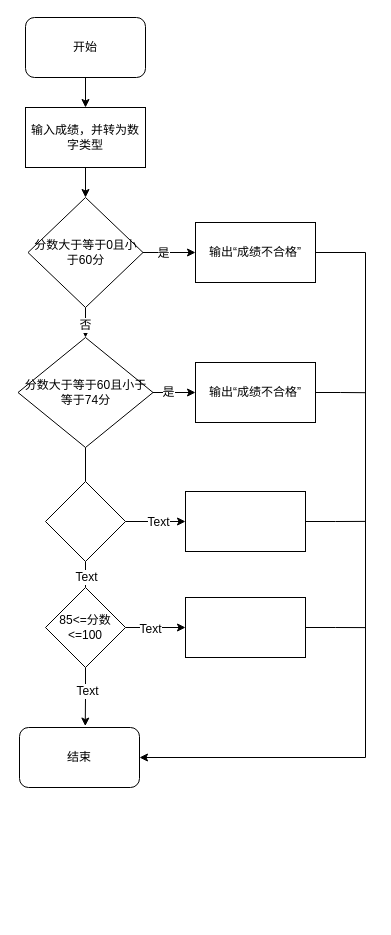
westonZhang/draws keeps this draw.io diagram as python-判断.drawio. Above is the earlier version. Source tidied: cells renumbered, new cells numbered last; positions are measured from the earlier drawing's top-left corner, leaving out a move shared by most shapes. Both pictures are drawn from the tidied source at 100%, with x=0, y=0 at pixel (17, 17).
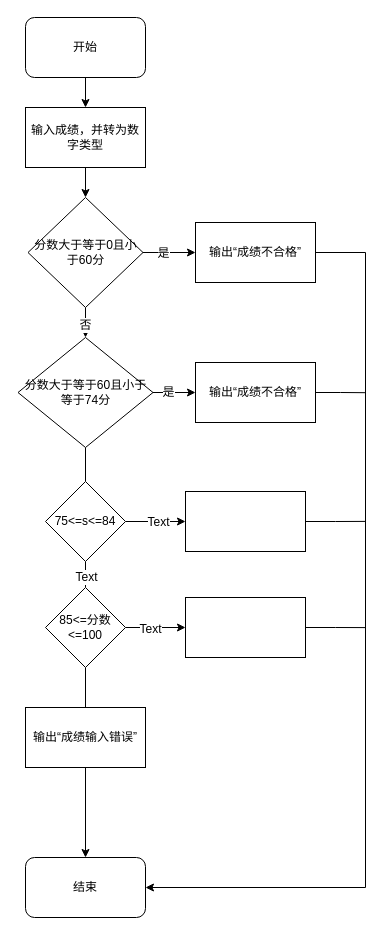
After the change.

The change refers to these unchanged cells:
```xml
<mxCell id="13" value="输出“成绩不合格”" style="whiteSpace=wrap;html=1;rounded=0;shadow=0;glass=0;sketch=0;" parent="1" vertex="1">
  <mxGeometry x="178" y="205" width="120" height="60" as="geometry" />
</mxCell>
<mxCell id="29" value="85&amp;lt;=分数&amp;lt;=100" style="rhombus;whiteSpace=wrap;html=1;rounded=0;shadow=0;glass=0;sketch=0;" parent="1" vertex="1">
  <mxGeometry x="28" y="570" width="80" height="80" as="geometry" />
</mxCell>
```

Change to the diagram source:
```diff
@@
     <mxCell id="4" value="结束" style="rounded=1;whiteSpace=wrap;html=1;shadow=0;glass=0;sketch=0;fillColor=default;" parent="1" vertex="1">
-      <mxGeometry x="2" y="710" width="120" height="60" as="geometry" />
+      <mxGeometry x="8" y="840" width="120" height="60" as="geometry" />
     </mxCell>
@@
     <mxCell id="12" style="edgeStyle=orthogonalEdgeStyle;rounded=0;jettySize=auto;html=1;entryX=1;entryY=0.5;entryDx=0;entryDy=0;fontSize=12;startArrow=none;startFill=0;endArrow=classic;endFill=1;" parent="1" edge="1" source="13" target="4">
       <mxGeometry relative="1" as="geometry">
         <Array as="points">
           <mxPoint x="348" y="235" />
-          <mxPoint x="348" y="740" />
+          <mxPoint x="348" y="870" />
         </Array>
       </mxGeometry>
     </mxCell>
@@
-    <mxCell id="24" style="rhombus;whiteSpace=wrap;html=1;rounded=0;shadow=0;glass=0;sketch=0;" parent="1" vertex="1">
+    <mxCell id="24" value="75&amp;lt;=s&amp;lt;=84" style="rhombus;whiteSpace=wrap;html=1;rounded=0;shadow=0;glass=0;sketch=0;" parent="1" vertex="1">
       <mxGeometry x="28" y="464" width="80" height="80" as="geometry" />
     </mxCell>
-    <mxCell id="25" style="edgeStyle=orthogonalEdgeStyle;rounded=0;jettySize=auto;html=1;exitX=0.5;exitY=1;exitDx=0;exitDy=0;entryX=0.548;entryY=-0.024;entryDx=0;entryDy=0;entryPerimeter=0;fontSize=12;startArrow=none;startFill=0;endArrow=classic;endFill=1;" parent="1" edge="1" source="29" target="4">
-      <mxGeometry relative="1" as="geometry" />
-    </mxCell>
-    <mxCell id="26" value="Text" style="edgeLabel;html=1;align=center;verticalAlign=middle;fontSize=12;" parent="25" vertex="1">
-      <mxGeometry x="-0.25" y="1" relative="1" as="geometry">
-        <mxPoint y="1" as="offset" />
-      </mxGeometry>
-    </mxCell>
@@
+    <mxCell id="34" style="edgeStyle=orthogonalEdgeStyle;rounded=0;jettySize=auto;html=1;fontSize=12;startArrow=none;startFill=0;endArrow=none;endFill=0;" parent="1" edge="1" source="29" target="36">
+      <mxGeometry relative="1" as="geometry" />
+    </mxCell>
@@
+    <mxCell id="35" style="edgeStyle=orthogonalEdgeStyle;rounded=0;jettySize=auto;html=1;exitX=0.5;exitY=1;exitDx=0;exitDy=0;entryX=0.5;entryY=0;entryDx=0;entryDy=0;fontSize=12;startArrow=none;startFill=0;endArrow=classic;endFill=1;" parent="1" edge="1" source="36" target="4">
+      <mxGeometry relative="1" as="geometry" />
+    </mxCell>
+    <mxCell id="36" value="输出“成绩输入错误”" style="whiteSpace=wrap;html=1;rounded=0;shadow=0;glass=0;sketch=0;" parent="1" vertex="1">
+      <mxGeometry x="8" y="690" width="120" height="60" as="geometry" />
+    </mxCell>
```
